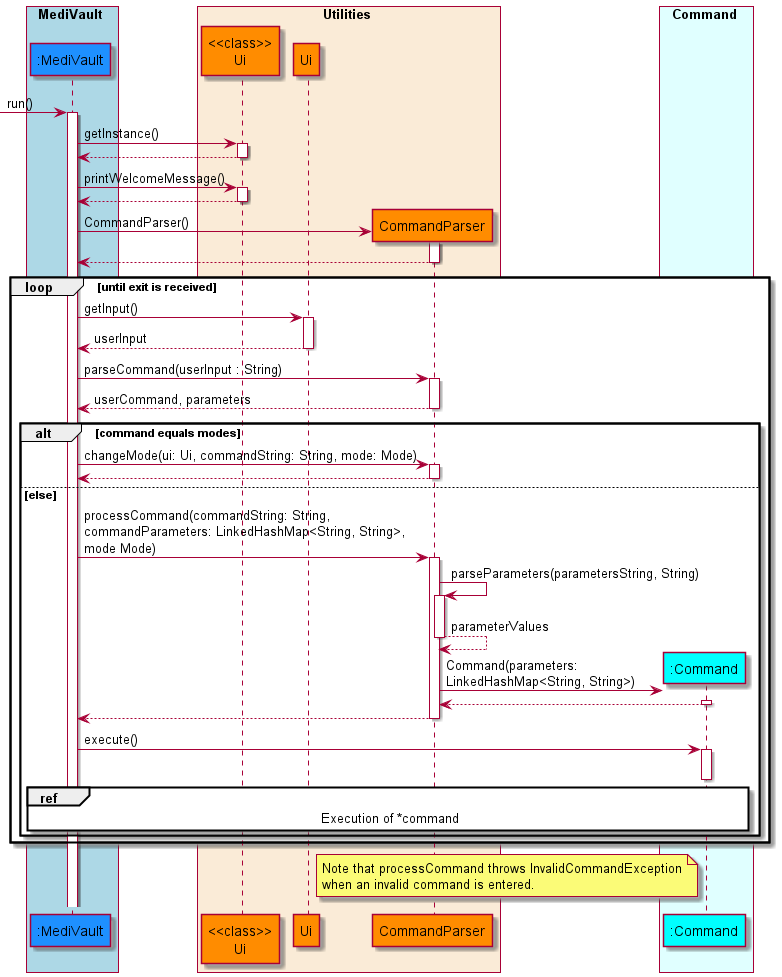
nus-cs2113-AY2122S1/tp keeps this PlantUML diagram as docs/diagrams/diagram_images/MainLogicSequenceDiagram.png. Above is the earlier version.
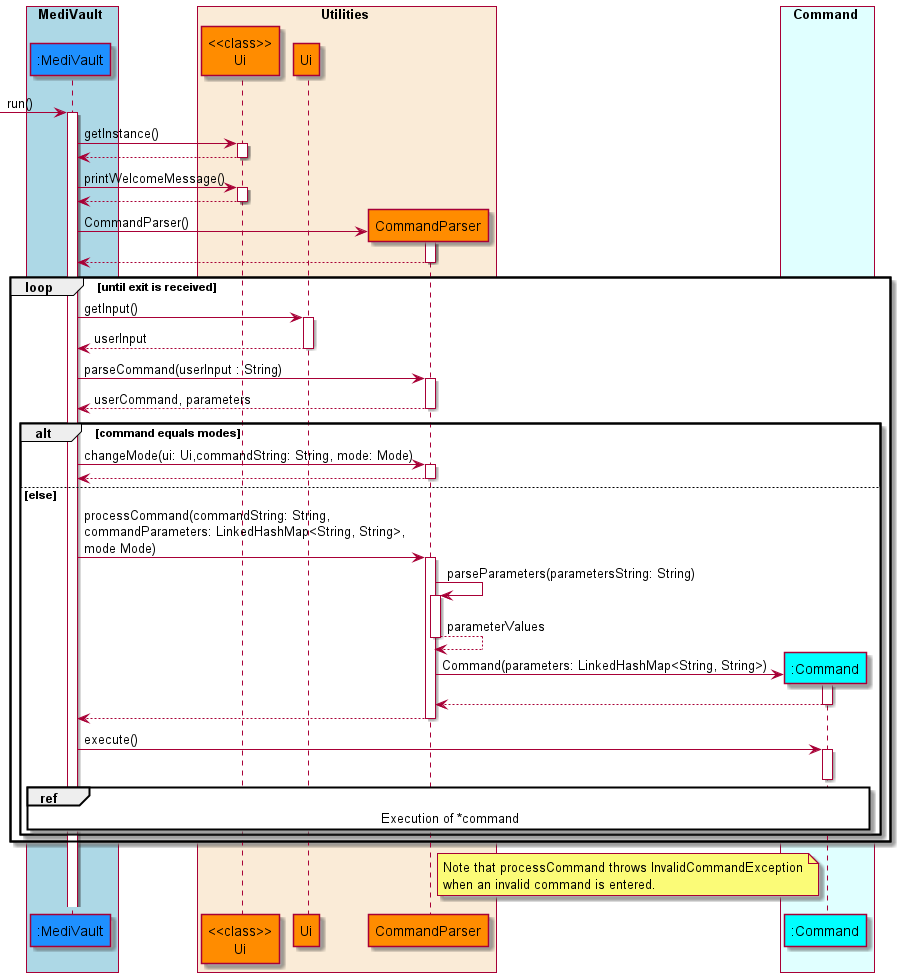
Later version of the same file.

Commit message:
Update sequence diagram

The edit, as a diff of the source:
```diff
@@ -34,14 +34,14 @@
         medivault <-- commandparser : userCommand, parameters
 
         alt command equals modes
-            medivault -> commandparser : changeMode(ui: Ui, commandString: String, mode: Mode)
+            medivault -> commandparser : changeMode(ui: Ui,commandString: String, mode: Mode)
             medivault <-- commandparser
         else else
             medivault -> commandparser : processCommand(commandString: String,\ncommandParameters: LinkedHashMap<String, String>,\nmode Mode)
-            commandparser -> commandparser : parseParameters(parametersString, String)
+            commandparser -> commandparser : parseParameters(parametersString: String)
             commandparser --> commandparser : parameterValues
             create command
-            commandparser -> command : Command(parameters:\nLinkedHashMap<String, String>)
+            commandparser -> command : Command(parameters: LinkedHashMap<String, String>)
             commandparser <-- command
             medivault <-- commandparser
             medivault -> command : execute()
```
